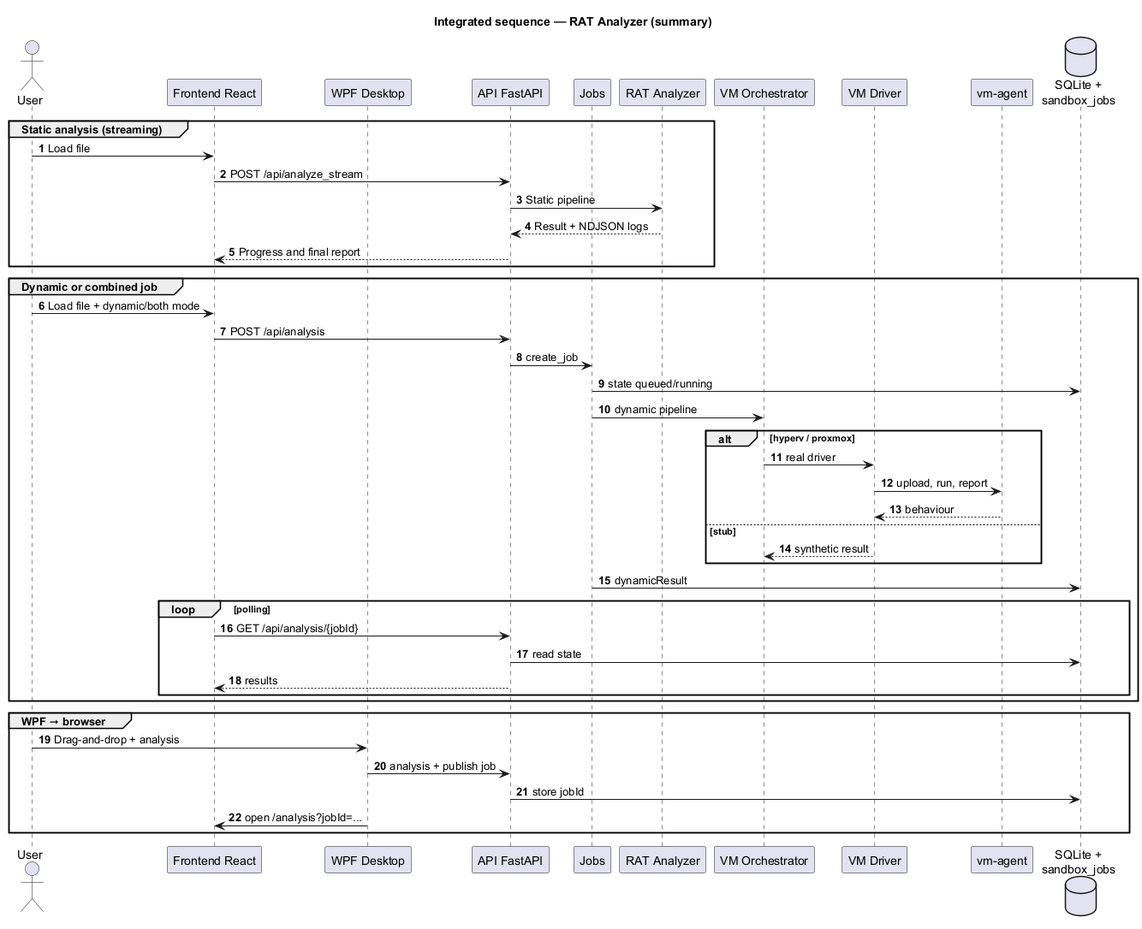
tlxp/PROJETO keeps this PlantUML diagram as relatório/imagens/fig-4-5-sequence-overview.png. Above is the earlier version.
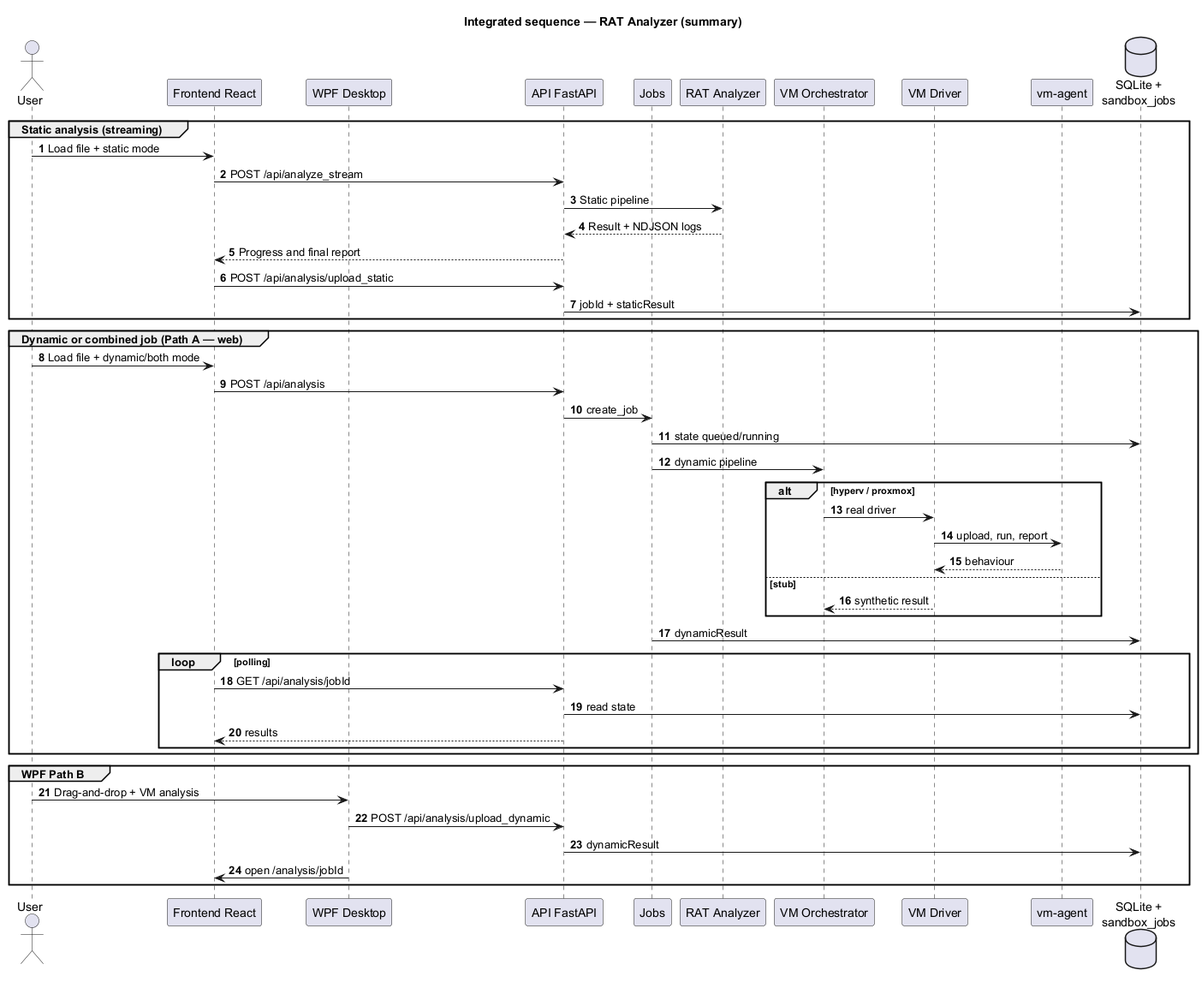
Above is the later version.

Diff of the diagram source:
```diff
@@ -16,14 +16,16 @@
 database "SQLite +\nsandbox_jobs" as DB
 
 group Static analysis (streaming)
-  U -> FE : Load file
+  U -> FE : Load file + static mode
   FE -> API : POST /api/analyze_stream
   API -> RAT : Static pipeline
   RAT --> API : Result + NDJSON logs
   API --> FE : Progress and final report
+  FE -> API : POST /api/analysis/upload_static
+  API -> DB : jobId + staticResult
 end
 
-group Dynamic or combined job
+group Dynamic or combined job (Path A — web)
   U -> FE : Load file + dynamic/both mode
   FE -> API : POST /api/analysis
   API -> JOBS : create_job
@@ -38,17 +40,17 @@
   end
   JOBS -> DB : dynamicResult
   loop polling
-    FE -> API : GET /api/analysis/{jobId}
+    FE -> API : GET /api/analysis/jobId
     API -> DB : read state
     API --> FE : results
   end
 end
 
-group WPF → browser
-  U -> WPF : Drag-and-drop + analysis
-  WPF -> API : analysis + publish job
-  API -> DB : store jobId
-  WPF -> FE : open /analysis?jobId=...
+group WPF Path B
+  U -> WPF : Drag-and-drop + VM analysis
+  WPF -> API : POST /api/analysis/upload_dynamic
+  API -> DB : dynamicResult
+  WPF -> FE : open /analysis/jobId
 end
 
 @enduml
```
